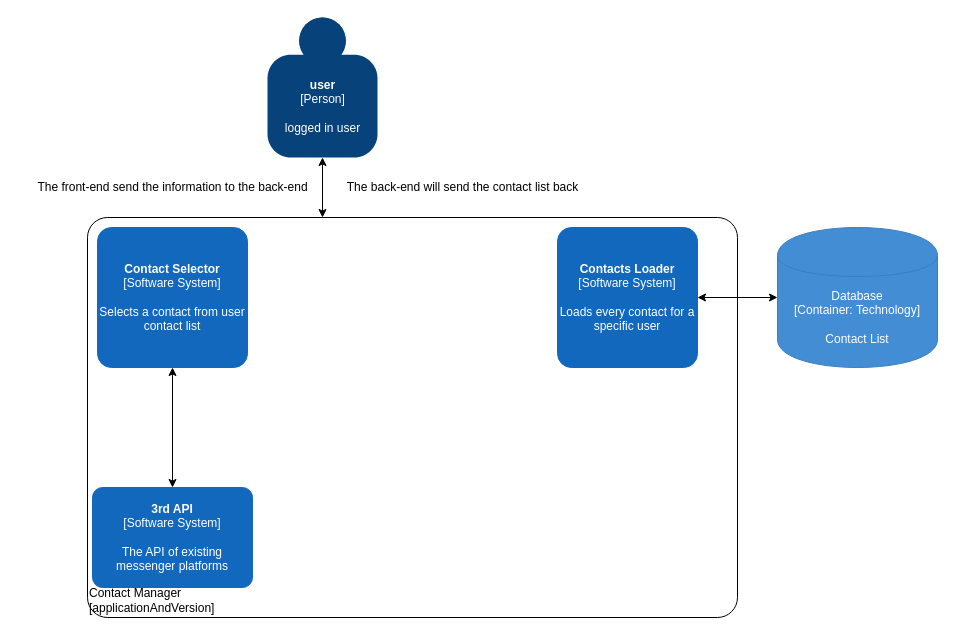
The draw.io diagram page "Component-Diagram" (3 of 3) of C4/C4-Selecting-Contacts-Module.drawio in HristeaIonut/Morse-Diagrams, before the edit. Source tidied: cells renumbered, new cells numbered last; positions are measured from the earlier drawing's top-left corner, leaving out a move shared by most shapes. Both pictures are drawn from the tidied source at 100%, with x=0, y=0 at pixel (27, 17).
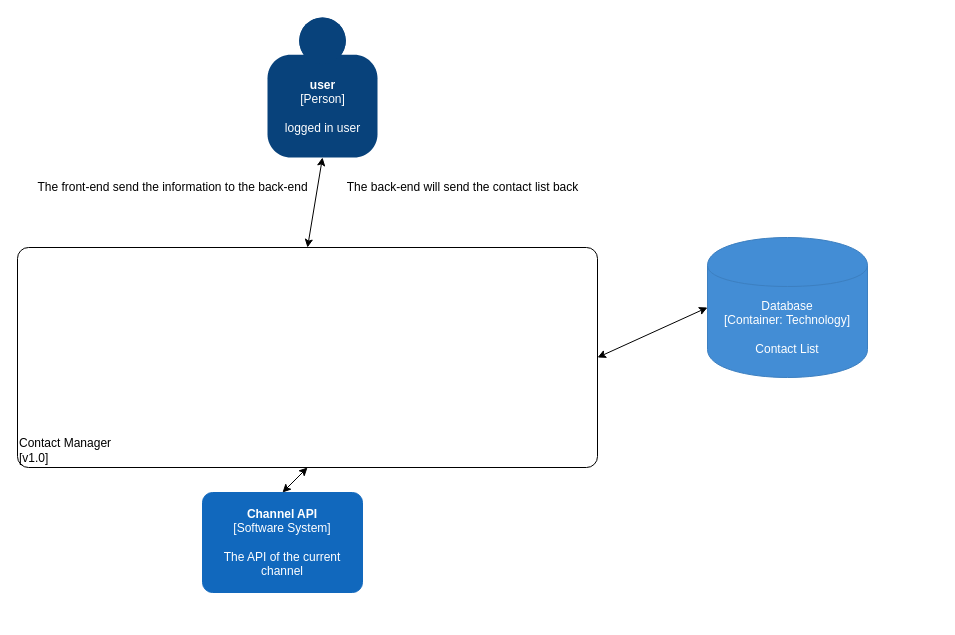
The same diagram, later.

The edit, as a diff of the source:
```diff
@@
 <mxGraphModel>
   <root>
     <mxCell id="0" />
     <mxCell id="1" parent="0" />
-    <object id="2" label="&lt;div style=&quot;text-align: left&quot;&gt;%c4Name%&lt;/div&gt;&lt;div style=&quot;text-align: left&quot;&gt;[%c4Application%]&lt;/div&gt;" c4Application="applicationAndVersion" c4Name="Contact Manager" placeholders="1">
+    <object id="2" label="&lt;div style=&quot;text-align: left&quot;&gt;%c4Name%&lt;/div&gt;&lt;div style=&quot;text-align: left&quot;&gt;[%c4Application%]&lt;/div&gt;" c4Application="v1.0" c4Name="Contact Manager" placeholders="1">
       <mxCell style="rounded=1;whiteSpace=wrap;html=1;labelBackgroundColor=none;fillColor=#ffffff;fontColor=#000000;align=left;arcSize=5;strokeColor=#000000;verticalAlign=bottom;metaData={&quot;c4Type&quot;:{&quot;editable&quot;:false}};points=[[0.25,0,0],[0.5,0,0],[0.75,0,0],[1,0.25,0],[1,0.5,0],[1,0.75,0],[0.75,1,0],[0.5,1,0],[0.25,1,0],[0,0.75,0],[0,0.5,0],[0,0.25,0]];" parent="1" vertex="1">
-        <mxGeometry x="60" y="200" width="650" height="400" as="geometry" />
+        <mxGeometry x="-10" y="230" width="580" height="220" as="geometry" />
       </mxCell>
     </object>
     <object id="3" label="&lt;b&gt;%c4Name%&lt;/b&gt;&lt;div&gt;[%c4Type%]&lt;/div&gt;&lt;br&gt;&lt;div&gt;%c4Description%&lt;/div&gt;" c4Description="logged in user" c4Name="user" c4Type="Person" placeholders="1">
       <mxCell style="html=1;dashed=0;whitespace=wrap;fillColor=#08427b;strokeColor=none;fontColor=#ffffff;shape=mxgraph.c4.person;align=center;points=[[0.5,0,0],[1,0.5,0],[1,0.75,0],[0.75,1,0],[0.5,1,0],[0.25,1,0],[0,0.75,0],[0,0.5,0]];metaData={&quot;c4Type&quot;:{&quot;editable&quot;:false}};" parent="1" vertex="1">
         <mxGeometry x="240" width="110" height="140" as="geometry" />
       </mxCell>
     </object>
-    <mxCell id="4" style="endArrow=classic;startArrow=classic;html=1;entryX=0.5;entryY=1;entryDx=0;entryDy=0;entryPerimeter=0;" parent="1" edge="1" target="3">
-      <mxGeometry relative="1" as="geometry">
-        <mxPoint x="295" y="200" as="sourcePoint" />
-      </mxGeometry>
-    </mxCell>
-    <object id="5" label="&lt;b&gt;%c4Name%&lt;/b&gt;&lt;div&gt;[%c4Type%]&lt;/div&gt;&lt;br&gt;&lt;div&gt;%c4Description%&lt;/div&gt;" c4Description="Loads every contact for a specific user" c4Name="Contacts Loader" c4Type="Software System" placeholders="1">
-      <mxCell style="rounded=1;whiteSpace=wrap;html=1;labelBackgroundColor=none;fillColor=#1168BD;fontColor=#ffffff;align=center;arcSize=10;strokeColor=#1168BD;metaData={&quot;c4Type&quot;:{&quot;editable&quot;:false}};points=[[0.25,0,0],[0.5,0,0],[0.75,0,0],[1,0.25,0],[1,0.5,0],[1,0.75,0],[0.75,1,0],[0.5,1,0],[0.25,1,0],[0,0.75,0],[0,0.5,0],[0,0.25,0]];" parent="1" vertex="1">
-        <mxGeometry x="530" y="210" width="140" height="140" as="geometry" />
-      </mxCell>
-    </object>
-    <object id="6" label="&lt;b&gt;%c4Name%&lt;/b&gt;&lt;div&gt;[%c4Type%]&lt;/div&gt;&lt;br&gt;&lt;div&gt;%c4Description%&lt;/div&gt;" c4Description="Selects a contact from user contact list" c4Name="Contact Selector" c4Type="Software System" placeholders="1">
-      <mxCell style="rounded=1;whiteSpace=wrap;html=1;labelBackgroundColor=none;fillColor=#1168BD;fontColor=#ffffff;align=center;arcSize=10;strokeColor=#1168BD;metaData={&quot;c4Type&quot;:{&quot;editable&quot;:false}};points=[[0.25,0,0],[0.5,0,0],[0.75,0,0],[1,0.25,0],[1,0.5,0],[1,0.75,0],[0.75,1,0],[0.5,1,0],[0.25,1,0],[0,0.75,0],[0,0.5,0],[0,0.25,0]];" parent="1" vertex="1">
-        <mxGeometry x="70" y="210" width="150" height="140" as="geometry" />
-      </mxCell>
-    </object>
+    <mxCell id="13" style="endArrow=classic;startArrow=classic;html=1;entryX=0.5;entryY=1;entryDx=0;entryDy=0;entryPerimeter=0;exitX=0.5;exitY=0;exitDx=0;exitDy=0;exitPerimeter=0;" parent="1" edge="1" source="2" target="3">
+      <mxGeometry relative="1" as="geometry" />
+    </mxCell>
     <mxCell id="7" value="The front-end send the information to the back-end" style="text;html=1;align=center;verticalAlign=middle;" parent="1" vertex="1">
       <mxGeometry y="160" width="290" height="20" as="geometry" />
     </mxCell>
     <mxCell id="8" value="The back-end will send the contact list back" style="text;html=1;align=center;verticalAlign=middle;" parent="1" vertex="1">
       <mxGeometry x="310" y="160" width="250" height="20" as="geometry" />
     </mxCell>
-    <mxCell id="9" style="endArrow=classic;startArrow=classic;html=1;exitX=1;exitY=0.5;exitDx=0;exitDy=0;exitPerimeter=0;entryX=0;entryY=0.5;entryDx=0;entryDy=0;entryPerimeter=0;" parent="1" edge="1" source="5" target="10">
-      <mxGeometry relative="1" as="geometry" />
-    </mxCell>
+    <mxCell id="14" style="endArrow=classic;startArrow=classic;html=1;exitX=1;exitY=0.5;exitDx=0;exitDy=0;exitPerimeter=0;entryX=0;entryY=0.5;entryDx=0;entryDy=0;entryPerimeter=0;" parent="1" edge="1" source="2" target="10">
+      <mxGeometry relative="1" as="geometry" />
+    </mxCell>
     <object id="10" label="%c4Type%&lt;div&gt;[Container:&amp;nbsp;%c4Technology%]&lt;/div&gt;&lt;br&gt;&lt;div&gt;%c4Description%&lt;/div&gt;" c4Description="Contact List" c4Technology="Technology" c4Type="Database" placeholders="1">
       <mxCell style="shape=cylinder;whiteSpace=wrap;html=1;boundedLbl=1;rounded=0;labelBackgroundColor=none;fillColor=#438DD5;fontSize=12;fontColor=#ffffff;align=center;strokeColor=#3C7FC0;points=[[0.5,0,0],[1,0.25,0],[1,0.5,0],[1,0.75,0],[0.5,1,0],[0,0.75,0],[0,0.5,0],[0,0.25,0]];metaData={&quot;c4Type&quot;:{&quot;editable&quot;:false}};" parent="1" vertex="1">
-        <mxGeometry x="750" y="210" width="160" height="140" as="geometry" />
+        <mxGeometry x="680" y="220" width="160" height="140" as="geometry" />
       </mxCell>
     </object>
-    <object id="11" label="&lt;b&gt;%c4Name%&lt;/b&gt;&lt;div&gt;[%c4Type%]&lt;/div&gt;&lt;br&gt;&lt;div&gt;%c4Description%&lt;/div&gt;" c4Description="The API of existing messenger platforms" c4Name="3rd API" c4Type="Software System" placeholders="1">
-      <mxCell style="rounded=1;whiteSpace=wrap;html=1;labelBackgroundColor=none;fillColor=#1168BD;fontColor=#ffffff;align=center;arcSize=10;strokeColor=#1168BD;metaData={&quot;c4Type&quot;:{&quot;editable&quot;:false}};points=[[0.25,0,0],[0.5,0,0],[0.75,0,0],[1,0.25,0],[1,0.5,0],[1,0.75,0],[0.75,1,0],[0.5,1,0],[0.25,1,0],[0,0.75,0],[0,0.5,0],[0,0.25,0]];" parent="1" vertex="1">
-        <mxGeometry x="65" y="470" width="160" height="100" as="geometry" />
-      </mxCell>
-    </object>
-    <mxCell id="12" style="endArrow=classic;startArrow=classic;html=1;entryX=0.5;entryY=1;entryDx=0;entryDy=0;entryPerimeter=0;exitX=0.5;exitY=0;exitDx=0;exitDy=0;exitPerimeter=0;" parent="1" edge="1" source="11" target="6">
-      <mxGeometry relative="1" as="geometry" />
-    </mxCell>
+    <object id="15" label="&lt;b&gt;%c4Name%&lt;/b&gt;&lt;div&gt;[%c4Type%]&lt;/div&gt;&lt;br&gt;&lt;div&gt;%c4Description%&lt;/div&gt;" c4Description="The API of the current channel" c4Name="Channel API" c4Type="Software System" placeholders="1">
+      <mxCell style="rounded=1;whiteSpace=wrap;html=1;labelBackgroundColor=none;fillColor=#1168BD;fontColor=#ffffff;align=center;arcSize=10;strokeColor=#1168BD;metaData={&quot;c4Type&quot;:{&quot;editable&quot;:false}};points=[[0.25,0,0],[0.5,0,0],[0.75,0,0],[1,0.25,0],[1,0.5,0],[1,0.75,0],[0.75,1,0],[0.5,1,0],[0.25,1,0],[0,0.75,0],[0,0.5,0],[0,0.25,0]];" parent="1" vertex="1">
+        <mxGeometry x="175" y="475" width="160" height="100" as="geometry" />
+      </mxCell>
+    </object>
+    <mxCell id="16" style="endArrow=classic;startArrow=classic;html=1;exitX=0.5;exitY=0;exitDx=0;exitDy=0;exitPerimeter=0;entryX=0.5;entryY=1;entryDx=0;entryDy=0;entryPerimeter=0;" parent="1" edge="1" source="15" target="2">
+      <mxGeometry relative="1" as="geometry" />
+    </mxCell>
   </root>
 </mxGraphModel>
```
